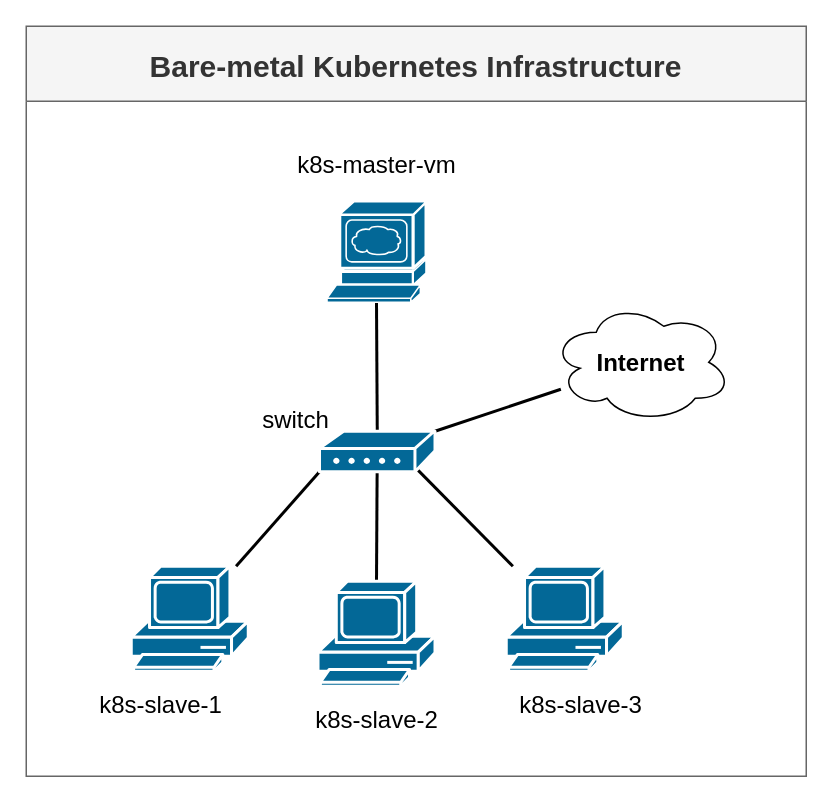
Maxelweb/KubernetesAnalysisUNIPD keeps this draw.io diagram as docs/kubernetes.drawio. Above is the earlier version. Source tidied: cells renumbered, new cells numbered last; positions are measured from the earlier drawing's top-left corner, leaving out a move shared by most shapes. Both pictures are drawn from the tidied source at 150%, with x=0, y=0 at pixel (26, 26).
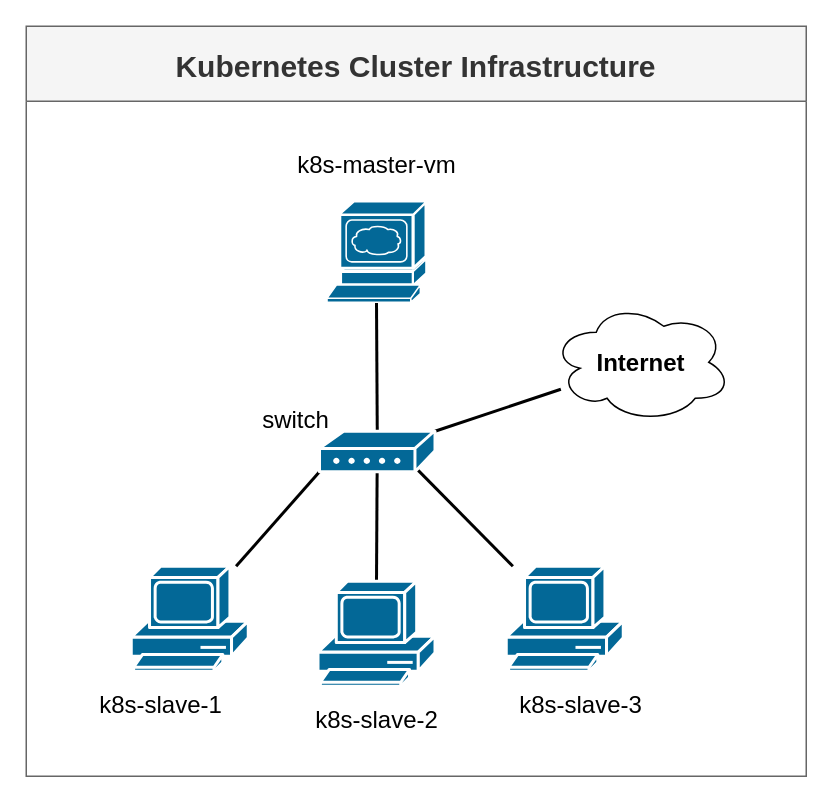
The same page after the edit.

Commit message (it also covers changes not shown here):
Add kubernetes drawio schemas

Diff of the diagram source:
```diff
@@
 <mxGraphModel background="#ffffff">
   <root>
     <mxCell id="0" />
     <mxCell id="1" parent="0" />
-    <mxCell id="2" value="Bare-metal Kubernetes Infrastructure" style="swimlane;fontSize=20;startSize=50;strokeColor=#666666;fontColor=#333333;swimlaneFillColor=#ffffff;fillColor=#f5f5f5;" parent="1" vertex="1">
+    <mxCell id="2" value="Kubernetes Cluster Infrastructure" style="swimlane;fontSize=20;startSize=50;strokeColor=#666666;fontColor=#333333;swimlaneFillColor=#ffffff;fillColor=#f5f5f5;" parent="1" vertex="1">
       <mxGeometry width="520" height="500" as="geometry" />
     </mxCell>
     <mxCell id="3" value="Internet" style="ellipse;shape=cloud;whiteSpace=wrap;html=1;rounded=0;shadow=0;comic=0;strokeWidth=1;fontFamily=Helvetica;fontSize=16;fontStyle=1;" parent="2" vertex="1">
       <mxGeometry x="350" y="184" width="120" height="80" as="geometry" />
     </mxCell>
     <mxCell id="4" value="switch" style="text;html=1;strokeColor=none;fillColor=none;align=center;verticalAlign=middle;whiteSpace=wrap;overflow=hidden;fontSize=16;" parent="2" vertex="1">
       <mxGeometry x="130" y="250" width="100" height="20" as="geometry" />
     </mxCell>
     <mxCell id="5" style="edgeStyle=none;html=1;labelBackgroundColor=none;startFill=0;endArrow=none;endFill=0;strokeWidth=2;fontFamily=Verdana;fontSize=12;entryX=0.5;entryY=0;entryDx=0;entryDy=0;entryPerimeter=0;exitX=0.5;exitY=1;exitDx=0;exitDy=0;exitPerimeter=0;" parent="1" edge="1" source="14" target="13">
       <mxGeometry relative="1" as="geometry" />
     </mxCell>
     <mxCell id="6" style="edgeStyle=none;html=1;labelBackgroundColor=none;startFill=0;endArrow=none;endFill=0;strokeWidth=2;fontFamily=Verdana;fontSize=12;exitX=0.707;exitY=0.54;exitDx=0;exitDy=0;exitPerimeter=0;" parent="1" edge="1" source="13" target="12">
       <mxGeometry relative="1" as="geometry" />
     </mxCell>
     <mxCell id="7" style="edgeStyle=none;html=1;labelBackgroundColor=none;startFill=0;endArrow=none;endFill=0;strokeWidth=2;fontFamily=Verdana;fontSize=12;entryX=0.5;entryY=0;entryDx=0;entryDy=0;entryPerimeter=0;" parent="1" edge="1" source="13" target="11">
       <mxGeometry relative="1" as="geometry" />
     </mxCell>
     <mxCell id="8" style="edgeStyle=none;html=1;labelBackgroundColor=none;startFill=0;endArrow=none;endFill=0;strokeWidth=2;fontFamily=Verdana;fontSize=12;exitX=0;exitY=1;exitDx=0;exitDy=0;exitPerimeter=0;" parent="1" edge="1" source="13" target="10">
       <mxGeometry relative="1" as="geometry" />
     </mxCell>
     <mxCell id="9" style="edgeStyle=none;html=1;labelBackgroundColor=none;startFill=0;endArrow=none;endFill=0;strokeWidth=2;fontFamily=Verdana;fontSize=12;exitX=1;exitY=0;exitDx=0;exitDy=0;exitPerimeter=0;" parent="1" edge="1" source="13" target="3">
       <mxGeometry relative="1" as="geometry" />
     </mxCell>
     <mxCell id="10" style="shape=mxgraph.cisco.computers_and_peripherals.pc;html=1;dashed=0;fillColor=#036897;strokeColor=#ffffff;strokeWidth=2;verticalLabelPosition=bottom;verticalAlign=top;align=center;outlineConnect=0;" parent="1" vertex="1">
       <mxGeometry x="70" y="360" width="78" height="70" as="geometry" />
     </mxCell>
     <mxCell id="11" style="shape=mxgraph.cisco.computers_and_peripherals.pc;html=1;dashed=0;fillColor=#036897;strokeColor=#ffffff;strokeWidth=2;verticalLabelPosition=bottom;verticalAlign=top;align=center;outlineConnect=0;" parent="1" vertex="1">
       <mxGeometry x="194.5" y="370" width="78" height="70" as="geometry" />
     </mxCell>
     <mxCell id="12" style="shape=mxgraph.cisco.computers_and_peripherals.pc;html=1;dashed=0;fillColor=#036897;strokeColor=#ffffff;strokeWidth=2;verticalLabelPosition=bottom;verticalAlign=top;align=center;outlineConnect=0;" parent="1" vertex="1">
       <mxGeometry x="320" y="360" width="78" height="70" as="geometry" />
     </mxCell>
     <mxCell id="13" style="shape=mxgraph.cisco.modems_and_phones.modem;html=1;dashed=0;fillColor=#036897;strokeColor=#ffffff;strokeWidth=2;verticalLabelPosition=bottom;verticalAlign=top;align=center;outlineConnect=0;" parent="1" vertex="1">
       <mxGeometry x="195.5" y="270" width="77" height="27" as="geometry" />
     </mxCell>
     <mxCell id="14" style="shape=mxgraph.cisco.servers.www_server;html=1;dashed=0;fillColor=#036897;strokeColor=#ffffff;strokeWidth=2;verticalLabelPosition=bottom;verticalAlign=top;align=center;outlineConnect=0;" parent="1" vertex="1">
       <mxGeometry x="200.5" y="117" width="66" height="67" as="geometry" />
     </mxCell>
     <mxCell id="15" value="k8s-slave-1" style="text;html=1;strokeColor=none;fillColor=none;align=center;verticalAlign=middle;whiteSpace=wrap;overflow=hidden;fontSize=16;" parent="1" vertex="1">
       <mxGeometry x="40" y="440" width="100" height="20" as="geometry" />
     </mxCell>
     <mxCell id="16" value="k8s-slave-2" style="text;html=1;strokeColor=none;fillColor=none;align=center;verticalAlign=middle;whiteSpace=wrap;overflow=hidden;fontSize=16;" parent="1" vertex="1">
       <mxGeometry x="183.5" y="450" width="100" height="20" as="geometry" />
     </mxCell>
     <mxCell id="17" value="k8s-slave-3" style="text;html=1;strokeColor=none;fillColor=none;align=center;verticalAlign=middle;whiteSpace=wrap;overflow=hidden;fontSize=16;" parent="1" vertex="1">
       <mxGeometry x="320" y="440" width="100" height="20" as="geometry" />
     </mxCell>
     <mxCell id="18" value="k8s-master-vm" style="text;html=1;strokeColor=none;fillColor=none;align=center;verticalAlign=middle;whiteSpace=wrap;overflow=hidden;fontSize=16;" parent="1" vertex="1">
       <mxGeometry x="176" y="80" width="116" height="20" as="geometry" />
     </mxCell>
   </root>
 </mxGraphModel>
```
